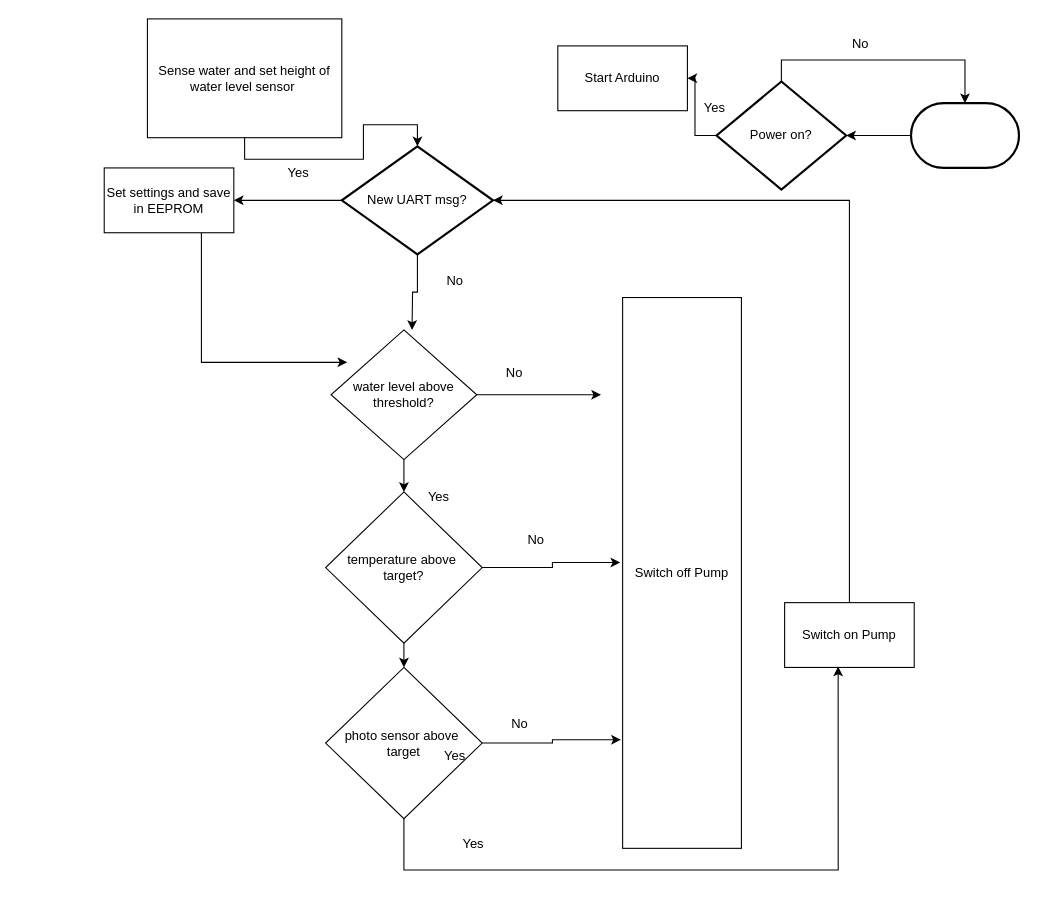
This is LogicFlow.drawio from csipapicsa/Water-Pool-Heater, a draw.io file, before an edit. Source tidied: cells renumbered, new cells numbered last; positions are measured from the earlier drawing's top-left corner, leaving out a move shared by most shapes. Both pictures are drawn from the tidied source at 108%, with x=0, y=0 at pixel (104, 18).
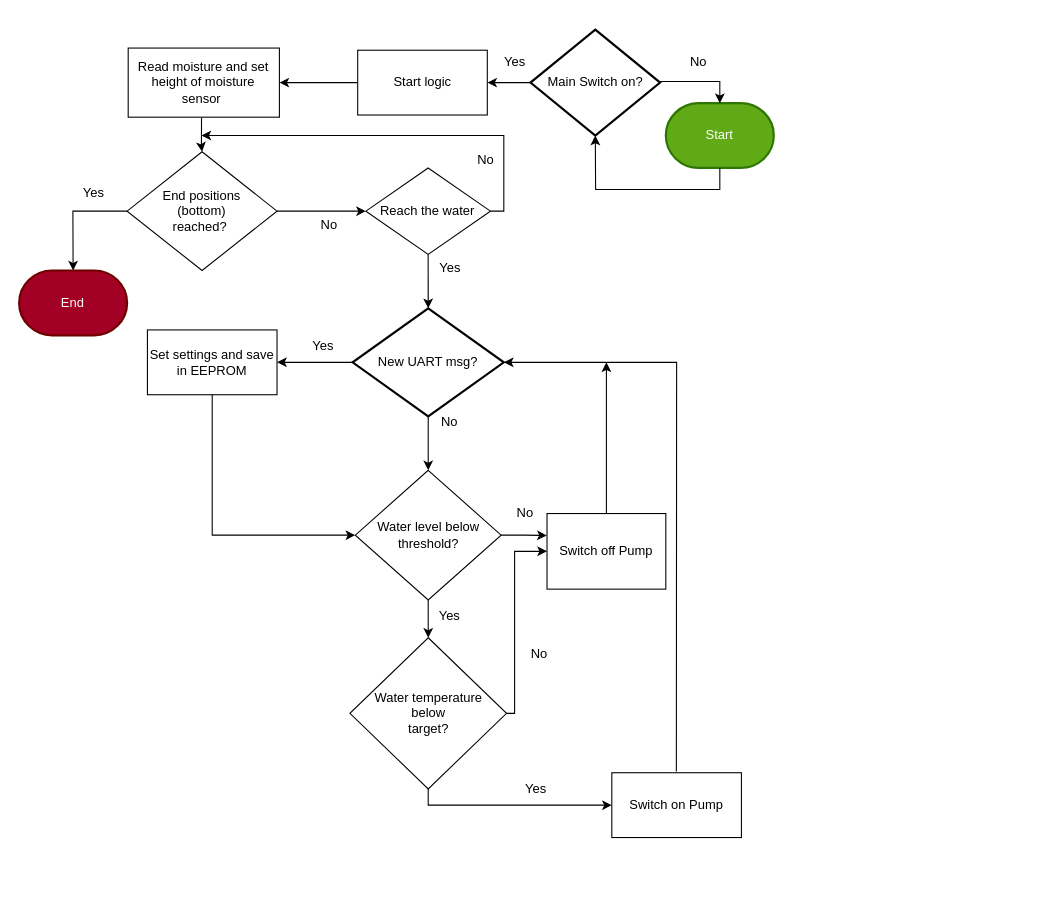
After the change.

Diff of the diagram source:
```diff
@@
-    <mxCell id="2" style="edgeStyle=orthogonalEdgeStyle;rounded=0;jettySize=auto;html=1;" parent="1" edge="1" source="3" target="6">
-      <mxGeometry relative="1" as="geometry" />
-    </mxCell>
-    <mxCell id="3" style="strokeWidth=2;html=1;shape=mxgraph.flowchart.terminator;whiteSpace=wrap;" parent="1" vertex="1">
-      <mxGeometry x="747" y="78" width="100" height="60" as="geometry" />
+    <mxCell id="3" value="Start" style="strokeWidth=2;html=1;shape=mxgraph.flowchart.terminator;whiteSpace=wrap;fillColor=#60a917;fontColor=#ffffff;strokeColor=#2D7600;" parent="1" vertex="1">
+      <mxGeometry x="520" y="78" width="100" height="60" as="geometry" />
     </mxCell>
@@
-    <mxCell id="5" style="edgeStyle=orthogonalEdgeStyle;rounded=0;jettySize=auto;html=1;" parent="1" edge="1" source="6" target="3">
+    <mxCell id="5" style="edgeStyle=orthogonalEdgeStyle;rounded=0;jettySize=auto;html=1;exitX=1;exitY=0.5;exitDx=0;exitDy=0;exitPerimeter=0;" parent="1" edge="1" source="6" target="3">
       <mxGeometry relative="1" as="geometry">
         <Array as="points">
-          <mxPoint x="627" y="38" />
-          <mxPoint x="797" y="38" />
+          <mxPoint x="570" y="58" />
+          <mxPoint x="667" y="58" />
         </Array>
       </mxGeometry>
     </mxCell>
-    <mxCell id="6" value="Power on?" style="strokeWidth=2;html=1;shape=mxgraph.flowchart.decision;whiteSpace=wrap;" parent="1" vertex="1">
-      <mxGeometry x="567" y="58" width="120" height="100" as="geometry" />
+    <mxCell id="6" value="Main Switch on?" style="strokeWidth=2;html=1;shape=mxgraph.flowchart.decision;whiteSpace=wrap;" parent="1" vertex="1">
+      <mxGeometry x="394.7" y="10" width="120" height="98" as="geometry" />
     </mxCell>
-    <mxCell id="7" value="Start Arduino" style="rounded=0;whiteSpace=wrap;html=1;" parent="1" vertex="1">
-      <mxGeometry x="420" y="25" width="120" height="60" as="geometry" />
+    <mxCell id="7" value="Start logic" style="rounded=0;whiteSpace=wrap;html=1;" parent="1" vertex="1">
+      <mxGeometry x="234.7" y="29" width="120" height="60" as="geometry" />
     </mxCell>
-    <mxCell id="8" style="edgeStyle=orthogonalEdgeStyle;rounded=0;jettySize=auto;html=1;entryX=0.5;entryY=0;entryDx=0;entryDy=0;" parent="1" edge="1" source="9">
-      <mxGeometry relative="1" as="geometry">
-        <mxPoint x="285" y="288" as="targetPoint" />
-      </mxGeometry>
-    </mxCell>
     <mxCell id="9" value="New UART msg?" style="strokeWidth=2;html=1;shape=mxgraph.flowchart.decision;whiteSpace=wrap;" parent="1" vertex="1">
-      <mxGeometry x="220" y="118" width="140" height="100" as="geometry" />
+      <mxGeometry x="230" y="268" width="140" height="100" as="geometry" />
     </mxCell>
@@
     <mxCell id="11" value="Yes" style="text;html=1;align=center;verticalAlign=middle;whiteSpace=wrap;rounded=0;" parent="1" vertex="1">
-      <mxGeometry x="150" y="128" width="60" height="30" as="geometry" />
+      <mxGeometry x="172.5" y="288" width="60" height="30" as="geometry" />
     </mxCell>
-    <mxCell id="12" style="edgeStyle=orthogonalEdgeStyle;rounded=0;jettySize=auto;html=1;entryX=0;entryY=0.5;entryDx=0;entryDy=0;" parent="1" edge="1" source="13">
-      <mxGeometry relative="1" as="geometry">
-        <mxPoint x="225" y="318" as="targetPoint" />
-        <Array as="points">
-          <mxPoint x="90" y="318" />
-        </Array>
-      </mxGeometry>
-    </mxCell>
     <mxCell id="13" value="Set settings and save in EEPROM" style="rounded=0;whiteSpace=wrap;html=1;" parent="1" vertex="1">
-      <mxGeometry y="138" width="120" height="60" as="geometry" />
+      <mxGeometry x="40" y="288" width="120" height="60" as="geometry" />
     </mxCell>
-    <mxCell id="14" value="Sense water and set height of water level sensor&amp;nbsp;" style="rounded=0;whiteSpace=wrap;html=1;" parent="1" vertex="1">
-      <mxGeometry x="40" width="180" height="110" as="geometry" />
+    <mxCell id="14" value="Read moisture and set height of moisture sensor&amp;nbsp;" style="rounded=0;whiteSpace=wrap;html=1;" parent="1" vertex="1">
+      <mxGeometry x="22.2" y="27" width="140" height="64" as="geometry" />
     </mxCell>
     <mxCell id="15" value="No" style="text;html=1;align=center;verticalAlign=middle;whiteSpace=wrap;rounded=0;" parent="1" vertex="1">
-      <mxGeometry x="295" y="228" width="60" height="30" as="geometry" />
+      <mxGeometry x="290" y="358" width="60" height="30" as="geometry" />
     </mxCell>
-    <mxCell id="16" style="edgeStyle=orthogonalEdgeStyle;rounded=0;jettySize=auto;html=1;entryX=0.5;entryY=0;entryDx=0;entryDy=0;entryPerimeter=0;" parent="1" edge="1" source="14" target="9">
-      <mxGeometry relative="1" as="geometry" />
-    </mxCell>
-    <mxCell id="17" style="edgeStyle=orthogonalEdgeStyle;rounded=0;jettySize=auto;html=1;" parent="1" edge="1" source="19">
-      <mxGeometry relative="1" as="geometry">
-        <mxPoint x="460" y="348" as="targetPoint" />
-      </mxGeometry>
+    <mxCell id="17" style="edgeStyle=orthogonalEdgeStyle;rounded=0;jettySize=auto;html=1;entryX=-0.002;entryY=0.29;entryDx=0;entryDy=0;entryPerimeter=0;" parent="1" edge="1" source="19" target="24">
+      <mxGeometry relative="1" as="geometry" />
     </mxCell>
@@
-    <mxCell id="19" value="water level above threshold?" style="rhombus;whiteSpace=wrap;html=1;" parent="1" vertex="1">
-      <mxGeometry x="210" y="288" width="135" height="120" as="geometry" />
+    <mxCell id="19" value="Water level below threshold?" style="rhombus;whiteSpace=wrap;html=1;" parent="1" vertex="1">
+      <mxGeometry x="232.5" y="418" width="135" height="120" as="geometry" />
     </mxCell>
-    <mxCell id="20" style="edgeStyle=orthogonalEdgeStyle;rounded=0;jettySize=auto;html=1;entryX=0.5;entryY=0;entryDx=0;entryDy=0;" parent="1" edge="1" source="21" target="23">
-      <mxGeometry relative="1" as="geometry" />
-    </mxCell>
-    <mxCell id="21" value="temperature above&amp;nbsp;&lt;div&gt;target?&lt;/div&gt;" style="rhombus;whiteSpace=wrap;html=1;" parent="1" vertex="1">
-      <mxGeometry x="205" y="438" width="145" height="140" as="geometry" />
+    <mxCell id="21" value="Water temperature &lt;br&gt;below&lt;div&gt;target?&lt;/div&gt;" style="rhombus;whiteSpace=wrap;html=1;" parent="1" vertex="1">
+      <mxGeometry x="227.5" y="573" width="145" height="140" as="geometry" />
     </mxCell>
-    <mxCell id="22" style="edgeStyle=orthogonalEdgeStyle;rounded=0;jettySize=auto;html=1;entryX=-0.015;entryY=0.803;entryDx=0;entryDy=0;entryPerimeter=0;" parent="1" edge="1" source="23" target="24">
-      <mxGeometry relative="1" as="geometry" />
-    </mxCell>
-    <mxCell id="23" value="photo sensor above&amp;nbsp;&lt;div&gt;target&lt;/div&gt;" style="rhombus;whiteSpace=wrap;html=1;" parent="1" vertex="1">
-      <mxGeometry x="205" y="600.5" width="145" height="140" as="geometry" />
-    </mxCell>
     <mxCell id="24" value="Switch off Pump" style="rounded=0;whiteSpace=wrap;html=1;" parent="1" vertex="1">
-      <mxGeometry x="480" y="258" width="110" height="510" as="geometry" />
+      <mxGeometry x="410" y="458" width="110" height="70" as="geometry" />
     </mxCell>
     <mxCell id="25" value="No" style="text;html=1;align=center;verticalAlign=middle;whiteSpace=wrap;rounded=0;" parent="1" vertex="1">
-      <mxGeometry x="350" y="313" width="60" height="30" as="geometry" />
+      <mxGeometry x="360" y="443" width="60" height="30" as="geometry" />
     </mxCell>
-    <mxCell id="26" value="No" style="text;html=1;align=center;verticalAlign=middle;whiteSpace=wrap;rounded=0;" parent="1" vertex="1">
-      <mxGeometry x="355" y="638" width="60" height="30" as="geometry" />
-    </mxCell>
     <mxCell id="27" value="Yes" style="text;html=1;align=center;verticalAlign=middle;whiteSpace=wrap;rounded=0;" parent="1" vertex="1">
-      <mxGeometry x="280" y="428" width="60" height="30" as="geometry" />
+      <mxGeometry x="290" y="538" width="60" height="30" as="geometry" />
     </mxCell>
     <mxCell id="28" value="Yes" style="text;html=1;align=center;verticalAlign=middle;whiteSpace=wrap;rounded=0;" parent="1" vertex="1">
-      <mxGeometry x="295" y="668" width="60" height="30" as="geometry" />
+      <mxGeometry x="370" y="698" width="60" height="30" as="geometry" />
     </mxCell>
-    <mxCell id="29" value="Yes" style="text;html=1;align=center;verticalAlign=middle;whiteSpace=wrap;rounded=0;" parent="1" vertex="1">
-      <mxGeometry x="311.9" y="749" width="60" height="30" as="geometry" />
-    </mxCell>
-    <mxCell id="30" style="edgeStyle=orthogonalEdgeStyle;rounded=0;jettySize=auto;html=1;" parent="1" edge="1" source="31" target="9">
-      <mxGeometry relative="1" as="geometry">
-        <Array as="points">
-          <mxPoint x="690" y="168" />
-        </Array>
-      </mxGeometry>
-    </mxCell>
     <mxCell id="31" value="Switch on Pump" style="rounded=0;whiteSpace=wrap;html=1;" parent="1" vertex="1">
-      <mxGeometry x="630" y="540.5" width="120" height="60" as="geometry" />
+      <mxGeometry x="470" y="698" width="120" height="60" as="geometry" />
     </mxCell>
     <mxCell id="32" value="Yes" style="text;html=1;align=center;verticalAlign=middle;strokeColor=none;fillColor=none;" parent="1" vertex="1">
-      <mxGeometry x="545" y="68" width="40" height="30" as="geometry" />
+      <mxGeometry x="360" y="25" width="40" height="30" as="geometry" />
     </mxCell>
     <mxCell id="33" value="No" style="text;html=1;align=center;verticalAlign=middle;strokeColor=none;fillColor=none;" parent="1" vertex="1">
-      <mxGeometry x="680" y="8" width="40" height="30" as="geometry" />
+      <mxGeometry x="530" y="25" width="40" height="30" as="geometry" />
     </mxCell>
     <mxCell id="34" value="No" style="text;html=1;align=center;verticalAlign=middle;whiteSpace=wrap;rounded=0;" parent="1" vertex="1">
-      <mxGeometry x="370" y="468" width="60" height="30" as="geometry" />
+      <mxGeometry x="372.5" y="573" width="60" height="30" as="geometry" />
     </mxCell>
+    <mxCell id="37" style="endArrow=classic;html=1;rounded=0;exitX=0.5;exitY=1;exitDx=0;exitDy=0;exitPerimeter=0;entryX=0.5;entryY=0;entryDx=0;entryDy=0;" parent="1" edge="1" source="9" target="19">
+      <mxGeometry relative="1" as="geometry" />
+    </mxCell>
-    <mxCell id="35" style="edgeStyle=orthogonalEdgeStyle;rounded=0;jettySize=auto;html=1;entryX=-0.02;entryY=0.481;entryDx=0;entryDy=0;entryPerimeter=0;" parent="1" edge="1" source="21" target="24">
-      <mxGeometry relative="1" as="geometry" />
+    <mxCell id="35" style="endArrow=classic;html=1;rounded=0;exitX=1;exitY=0.5;exitDx=0;exitDy=0;entryX=0;entryY=0.5;entryDx=0;entryDy=0;" parent="1" edge="1" source="21" target="24">
+      <mxGeometry relative="1" as="geometry">
+        <Array as="points">
+          <mxPoint x="380" y="643" />
+          <mxPoint x="380" y="493" />
+        </Array>
+      </mxGeometry>
     </mxCell>
-    <mxCell id="36" style="edgeStyle=orthogonalEdgeStyle;rounded=0;jettySize=auto;html=1;entryX=0.413;entryY=0.986;entryDx=0;entryDy=0;entryPerimeter=0;" parent="1" edge="1" source="23" target="31">
-      <mxGeometry relative="1" as="geometry">
-        <Array as="points">
-          <mxPoint x="278" y="788" />
-          <mxPoint x="680" y="788" />
-        </Array>
-      </mxGeometry>
-    </mxCell>
+    <mxCell id="38" style="endArrow=classic;html=1;rounded=0;exitX=0.5;exitY=1;exitDx=0;exitDy=0;entryX=0;entryY=0.5;entryDx=0;entryDy=0;" parent="1" edge="1" source="13" target="19">
+      <mxGeometry relative="1" as="geometry">
+        <Array as="points">
+          <mxPoint x="100" y="478" />
+        </Array>
+      </mxGeometry>
+    </mxCell>
+    <mxCell id="39" style="endArrow=classic;html=1;rounded=0;exitX=0;exitY=0.5;exitDx=0;exitDy=0;entryX=1;entryY=0.5;entryDx=0;entryDy=0;" parent="1" edge="1" source="7" target="14">
+      <mxGeometry relative="1" as="geometry" />
+    </mxCell>
+    <mxCell id="2" style="endArrow=classic;html=1;rounded=0;entryX=0.5;entryY=1;entryDx=0;entryDy=0;entryPerimeter=0;exitX=0.5;exitY=1;exitDx=0;exitDy=0;exitPerimeter=0;" parent="1" edge="1" source="3" target="6">
+      <mxGeometry relative="1" as="geometry">
+        <Array as="points">
+          <mxPoint x="570" y="158" />
+          <mxPoint x="455" y="158" />
+        </Array>
+      </mxGeometry>
+    </mxCell>
+    <mxCell id="30" style="endArrow=classic;html=1;rounded=0;entryX=1;entryY=0.5;entryDx=0;entryDy=0;entryPerimeter=0;exitX=0.498;exitY=-0.018;exitDx=0;exitDy=0;exitPerimeter=0;" parent="1" edge="1" source="31" target="9">
+      <mxGeometry relative="1" as="geometry">
+        <Array as="points">
+          <mxPoint x="530" y="318" />
+        </Array>
+      </mxGeometry>
+    </mxCell>
+    <mxCell id="40" style="endArrow=classic;html=1;rounded=0;entryX=0.5;entryY=0;entryDx=0;entryDy=0;exitX=0.485;exitY=1.007;exitDx=0;exitDy=0;exitPerimeter=0;" parent="1" edge="1" source="14" target="43">
+      <mxGeometry relative="1" as="geometry">
+        <Array as="points">
+          <mxPoint x="90" y="118" />
+        </Array>
+      </mxGeometry>
+    </mxCell>
+    <mxCell id="41" style="endArrow=classic;html=1;rounded=0;exitX=0.5;exitY=1;exitDx=0;exitDy=0;entryX=0;entryY=0.5;entryDx=0;entryDy=0;" parent="1" edge="1" source="21" target="31">
+      <mxGeometry relative="1" as="geometry">
+        <Array as="points">
+          <mxPoint x="300" y="728" />
+        </Array>
+      </mxGeometry>
+    </mxCell>
+    <mxCell id="42" style="endArrow=classic;html=1;rounded=0;exitX=0.5;exitY=0;exitDx=0;exitDy=0;" parent="1" edge="1" source="24">
+      <mxGeometry relative="1" as="geometry">
+        <mxPoint x="465" y="318" as="targetPoint" />
+      </mxGeometry>
+    </mxCell>
+    <mxCell id="43" value="End positions &lt;br&gt;(bottom) &lt;br&gt;reached?&amp;nbsp;" style="rhombus;whiteSpace=wrap;html=1;" parent="1" vertex="1">
+      <mxGeometry x="21.2" y="123" width="138.8" height="110" as="geometry" />
+    </mxCell>
+    <mxCell id="44" value="Reach the water" style="rhombus;whiteSpace=wrap;html=1;" parent="1" vertex="1">
+      <mxGeometry x="242.3" y="138" width="115.3" height="80" as="geometry" />
+    </mxCell>
+    <mxCell id="45" style="endArrow=classic;html=1;rounded=0;exitX=0.5;exitY=1;exitDx=0;exitDy=0;entryX=0.5;entryY=0;entryDx=0;entryDy=0;entryPerimeter=0;" parent="1" edge="1" source="44" target="9">
+      <mxGeometry relative="1" as="geometry" />
+    </mxCell>
+    <mxCell id="46" value="Yes" style="text;html=1;align=center;verticalAlign=middle;strokeColor=none;fillColor=none;" parent="1" vertex="1">
+      <mxGeometry x="300" y="216" width="40" height="30" as="geometry" />
+    </mxCell>
+    <mxCell id="47" style="endArrow=classic;html=1;rounded=0;exitX=1;exitY=0.5;exitDx=0;exitDy=0;entryX=0;entryY=0.5;entryDx=0;entryDy=0;" parent="1" edge="1" source="43" target="44">
+      <mxGeometry relative="1" as="geometry" />
+    </mxCell>
+    <mxCell id="48" style="endArrow=classic;html=1;rounded=0;exitX=0;exitY=0.5;exitDx=0;exitDy=0;entryX=0.5;entryY=0;entryDx=0;entryDy=0;entryPerimeter=0;" parent="1" edge="1" source="43" target="50">
+      <mxGeometry relative="1" as="geometry">
+        <Array as="points">
+          <mxPoint x="-29" y="178" />
+        </Array>
+      </mxGeometry>
+    </mxCell>
+    <mxCell id="49" value="Yes" style="text;html=1;align=center;verticalAlign=middle;strokeColor=none;fillColor=none;" parent="1" vertex="1">
+      <mxGeometry x="-30" y="146" width="40" height="30" as="geometry" />
+    </mxCell>
+    <mxCell id="50" value="End" style="strokeWidth=2;html=1;shape=mxgraph.flowchart.terminator;whiteSpace=wrap;fillColor=#a20025;fontColor=#ffffff;strokeColor=#6F0000;" parent="1" vertex="1">
+      <mxGeometry x="-78.8" y="233" width="100" height="60" as="geometry" />
+    </mxCell>
+    <mxCell id="51" value="No" style="text;html=1;align=center;verticalAlign=middle;strokeColor=none;fillColor=none;" parent="1" vertex="1">
+      <mxGeometry x="187.5" y="176" width="40" height="30" as="geometry" />
+    </mxCell>
+    <mxCell id="52" style="endArrow=classic;html=1;rounded=0;exitX=1;exitY=0.5;exitDx=0;exitDy=0;" parent="1" edge="1" source="44">
+      <mxGeometry relative="1" as="geometry">
+        <mxPoint x="90" y="108" as="targetPoint" />
+        <Array as="points">
+          <mxPoint x="370" y="178" />
+          <mxPoint x="370" y="108" />
+        </Array>
+      </mxGeometry>
+    </mxCell>
+    <mxCell id="53" value="No" style="text;html=1;align=center;verticalAlign=middle;strokeColor=none;fillColor=none;" parent="1" vertex="1">
+      <mxGeometry x="332.5" y="116" width="40" height="30" as="geometry" />
+    </mxCell>
```
